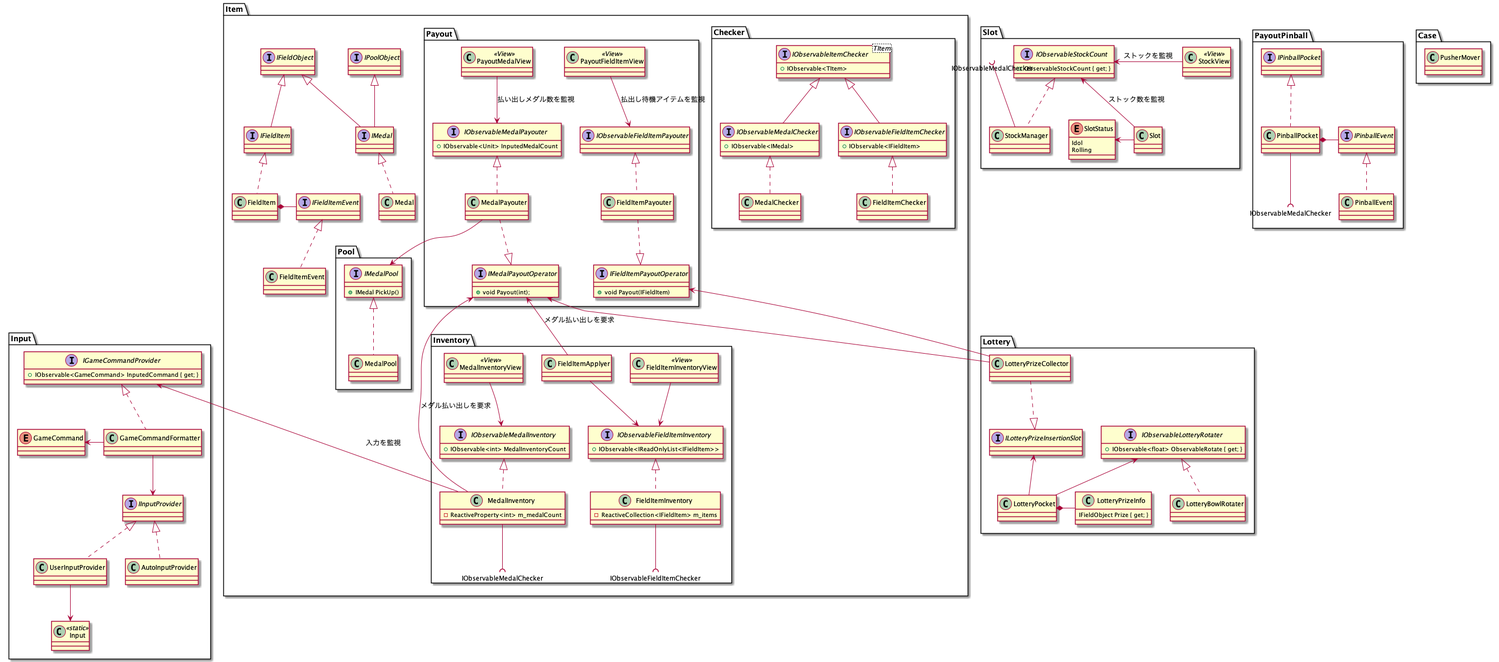
The PlantUML diagram Documents/ClassDiaglam/MedalPusher.png in yutorisan/CoinPusherGame, before a commit.
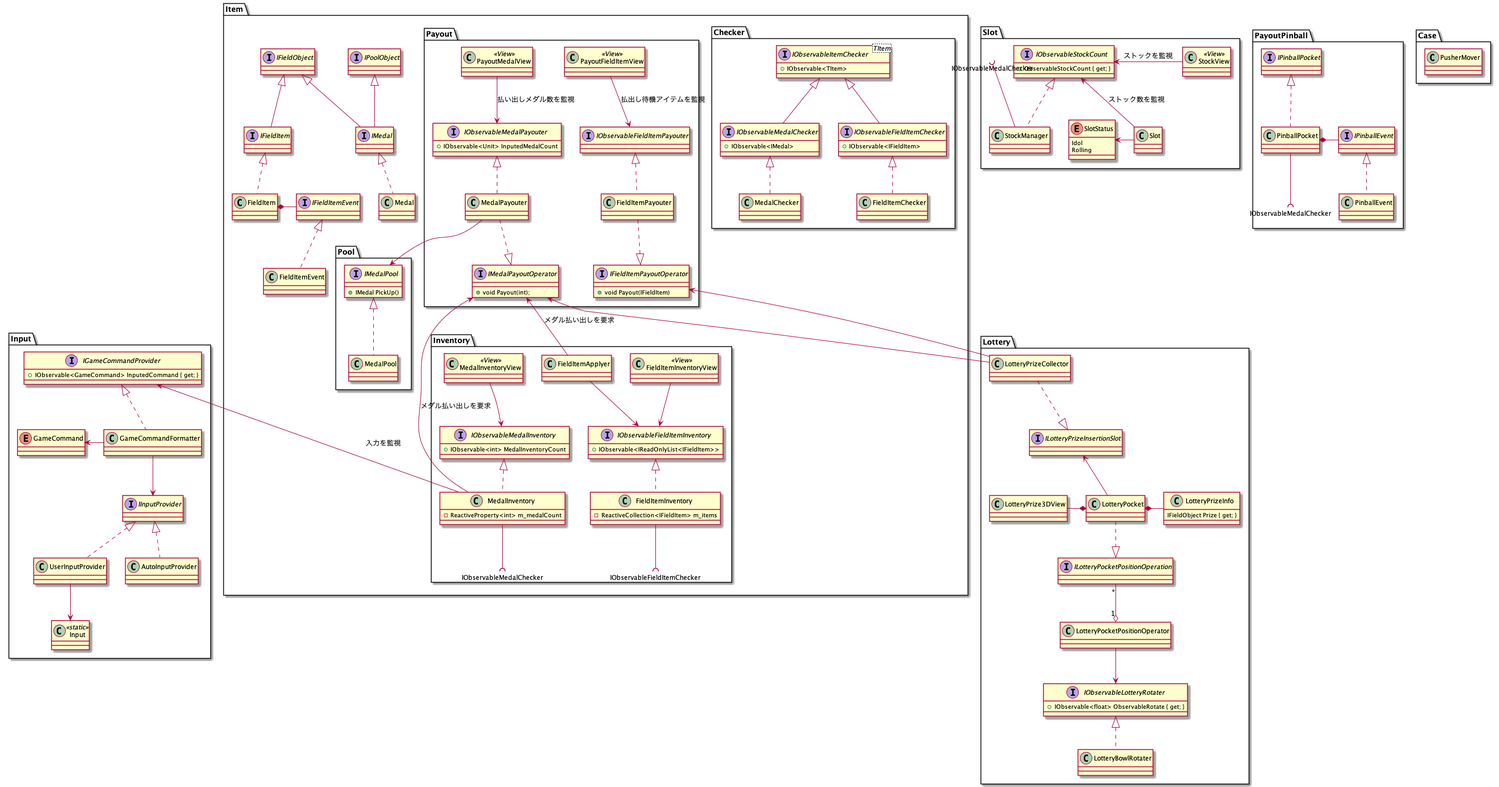
The same diagram one commit later.

Commit message:
クラス図更新 PositionOperatorやViewを追加

Diff of the diagram source:
```diff
@@ -177,8 +177,16 @@
     class LotteryPrizeInfo{
         IFieldObject Prize { get; }
     }
+    interface ILotteryPocketPositionOperation
     class LotteryPocket
-    IObservableLotteryRotater <-- LotteryPocket
+    LotteryPocket ..|> ILotteryPocketPositionOperation
+
+    class LotteryPocketPositionOperator
+    LotteryPocketPositionOperator --> IObservableLotteryRotater
+    ILotteryPocketPositionOperation "*" --o "1" LotteryPocketPositionOperator
+
+    class LotteryPrize3DView
+    LotteryPrize3DView -* LotteryPocket
 
     interface ILotteryPrizeInsertionSlot
     class LotteryPrizeCollector
```
